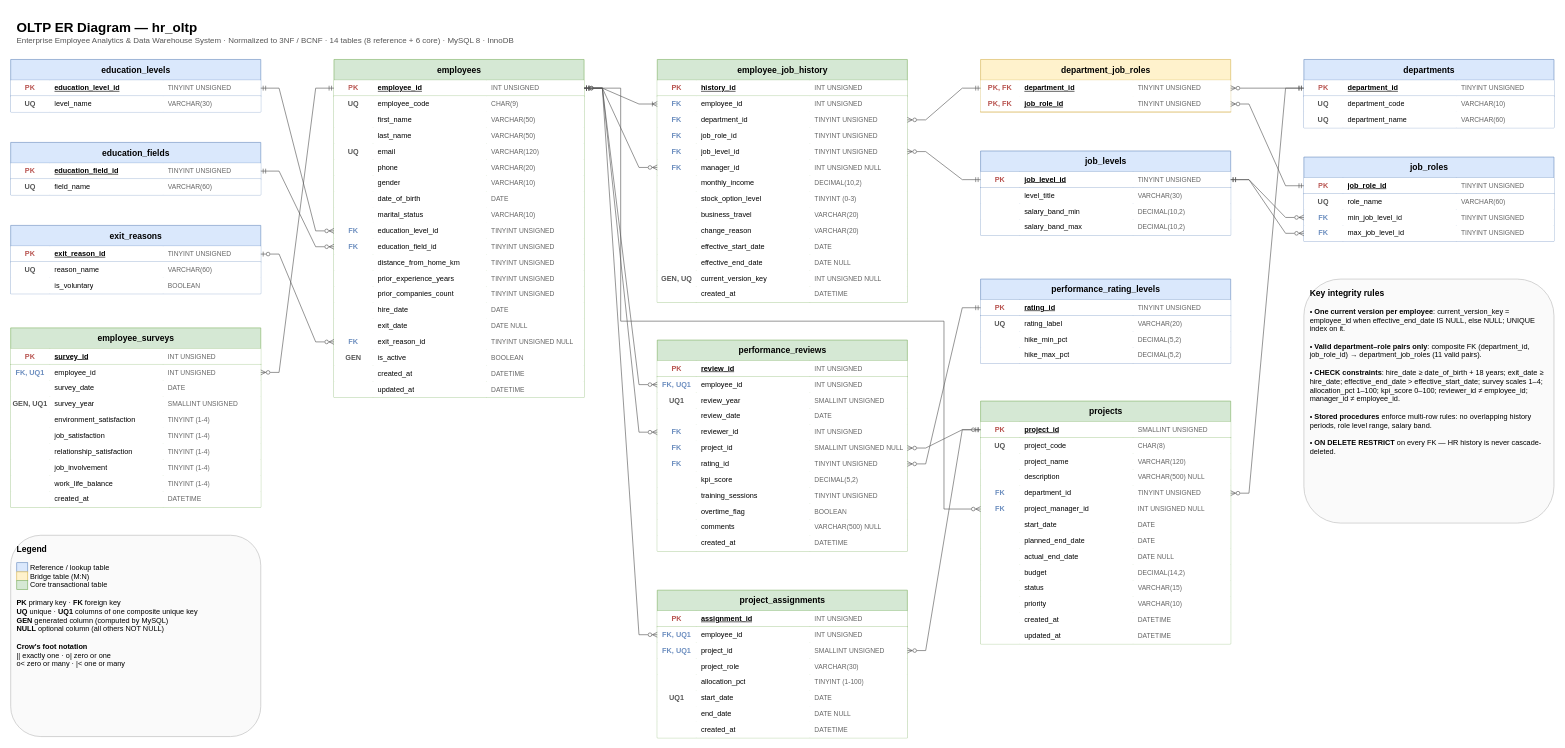
Earlier version of the draw.io diagram diagrams/oltp_er_diagram.drawio (vnr-nitish/v4c-miniproject-greenfield). Source tidied: cells renumbered, new cells numbered last; positions are measured from the earlier drawing's top-left corner, leaving out a move shared by most shapes. Both pictures are drawn from the tidied source at 61%, with x=0, y=0 at pixel (10, 10).
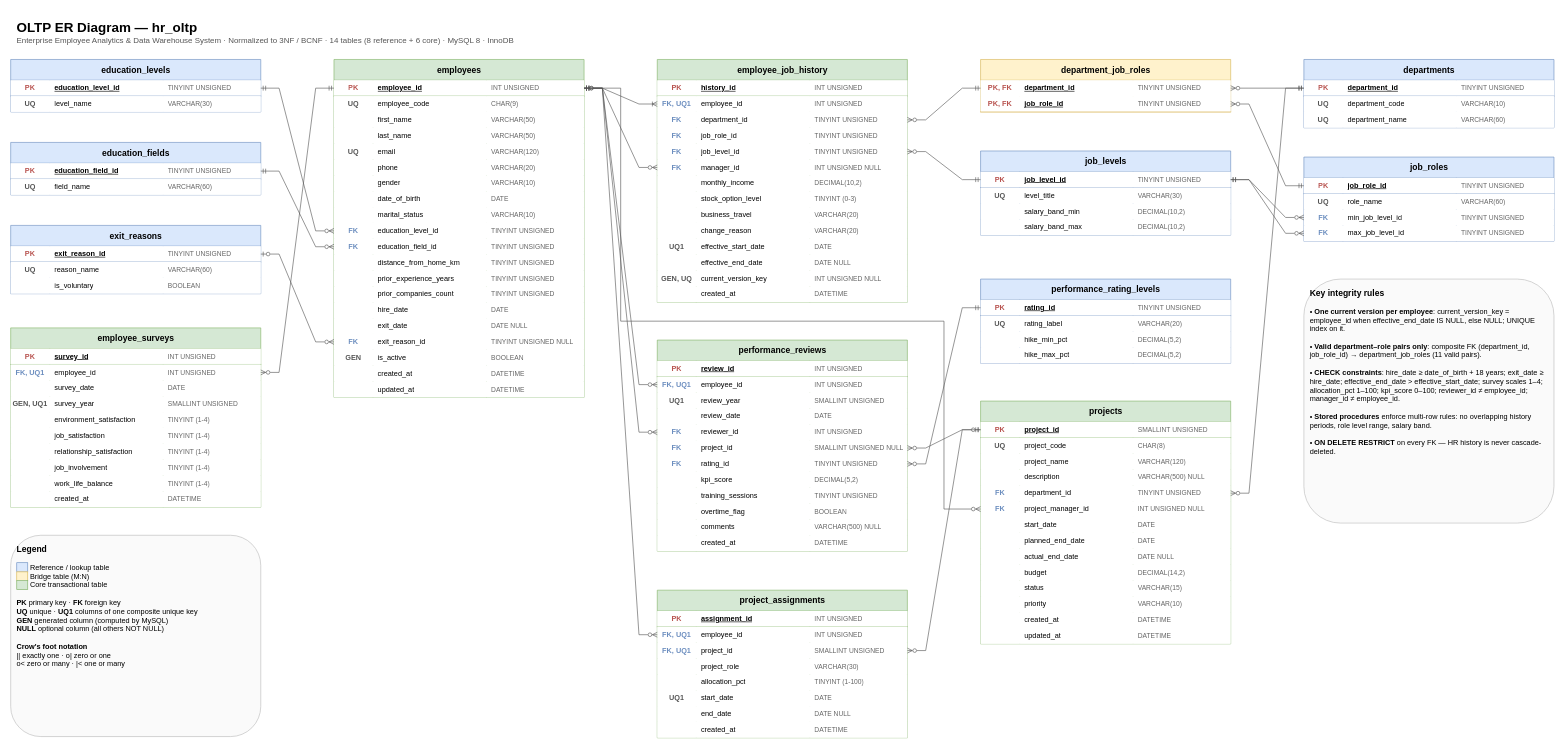
After the change.

Commit message (it also covers changes not shown here):
Diagrams: match the SQL exactly, add Mermaid versions

The change refers to these unchanged cells:
```xml
<mxCell id="161" style="shape=tableRow;horizontal=0;startSize=0;swimlaneHead=0;swimlaneBody=0;fillColor=#FFFFFF;points=[[0,0.5],[1,0.5]];portConstraint=eastwest;top=0;left=0;right=0;bottom=0;strokeColor=#82b366;html=1;" parent="156" vertex="1">
  <mxGeometry y="60" width="410" height="26" as="geometry" />
</mxCell>
<mxCell id="197" style="shape=tableRow;horizontal=0;startSize=0;swimlaneHead=0;swimlaneBody=0;fillColor=#FFFFFF;top=0;left=0;right=0;bottom=0;strokeColor=#82b366;html=1;" parent="156" vertex="1">
  <mxGeometry y="294" width="410" height="26" as="geometry" />
</mxCell>
<mxCell id="309" style="shape=tableRow;horizontal=0;startSize=0;swimlaneHead=0;swimlaneBody=0;fillColor=#FFFFFF;top=0;left=0;right=0;bottom=0;strokeColor=#6c8ebf;html=1;" parent="304" vertex="1">
  <mxGeometry y="60" width="410" height="26" as="geometry" />
</mxCell>
```

The edit, as a diff of the source:
```diff
@@
-    <mxCell id="162" value="FK" style="shape=partialRectangle;fillColor=none;top=0;left=0;bottom=0;right=0;overflow=hidden;whiteSpace=wrap;html=1;fontSize=12;fontStyle=1;align=center;fontColor=#6C8EBF;" parent="161" vertex="1">
+    <mxCell id="162" value="FK, UQ1" style="shape=partialRectangle;fillColor=none;top=0;left=0;bottom=0;right=0;overflow=hidden;whiteSpace=wrap;html=1;fontSize=12;fontStyle=1;align=center;fontColor=#6C8EBF;" parent="161" vertex="1">
       <mxGeometry width="64" height="26" as="geometry" />
     </mxCell>
@@
-    <mxCell id="198" style="shape=partialRectangle;fillColor=none;top=0;left=0;bottom=0;right=0;overflow=hidden;whiteSpace=wrap;html=1;fontSize=12;fontStyle=1;align=center;fontColor=#555555;" parent="197" vertex="1">
+    <mxCell id="198" value="UQ1" style="shape=partialRectangle;fillColor=none;top=0;left=0;bottom=0;right=0;overflow=hidden;whiteSpace=wrap;html=1;fontSize=12;fontStyle=1;align=center;fontColor=#555555;" parent="197" vertex="1">
       <mxGeometry width="64" height="26" as="geometry" />
     </mxCell>
@@
-    <mxCell id="310" style="shape=partialRectangle;fillColor=none;top=0;left=0;bottom=0;right=0;overflow=hidden;whiteSpace=wrap;html=1;fontSize=12;fontStyle=1;align=center;fontColor=#555555;" parent="309" vertex="1">
+    <mxCell id="310" value="UQ" style="shape=partialRectangle;fillColor=none;top=0;left=0;bottom=0;right=0;overflow=hidden;whiteSpace=wrap;html=1;fontSize=12;fontStyle=1;align=center;fontColor=#555555;" parent="309" vertex="1">
       <mxGeometry width="64" height="26" as="geometry" />
     </mxCell>
```
